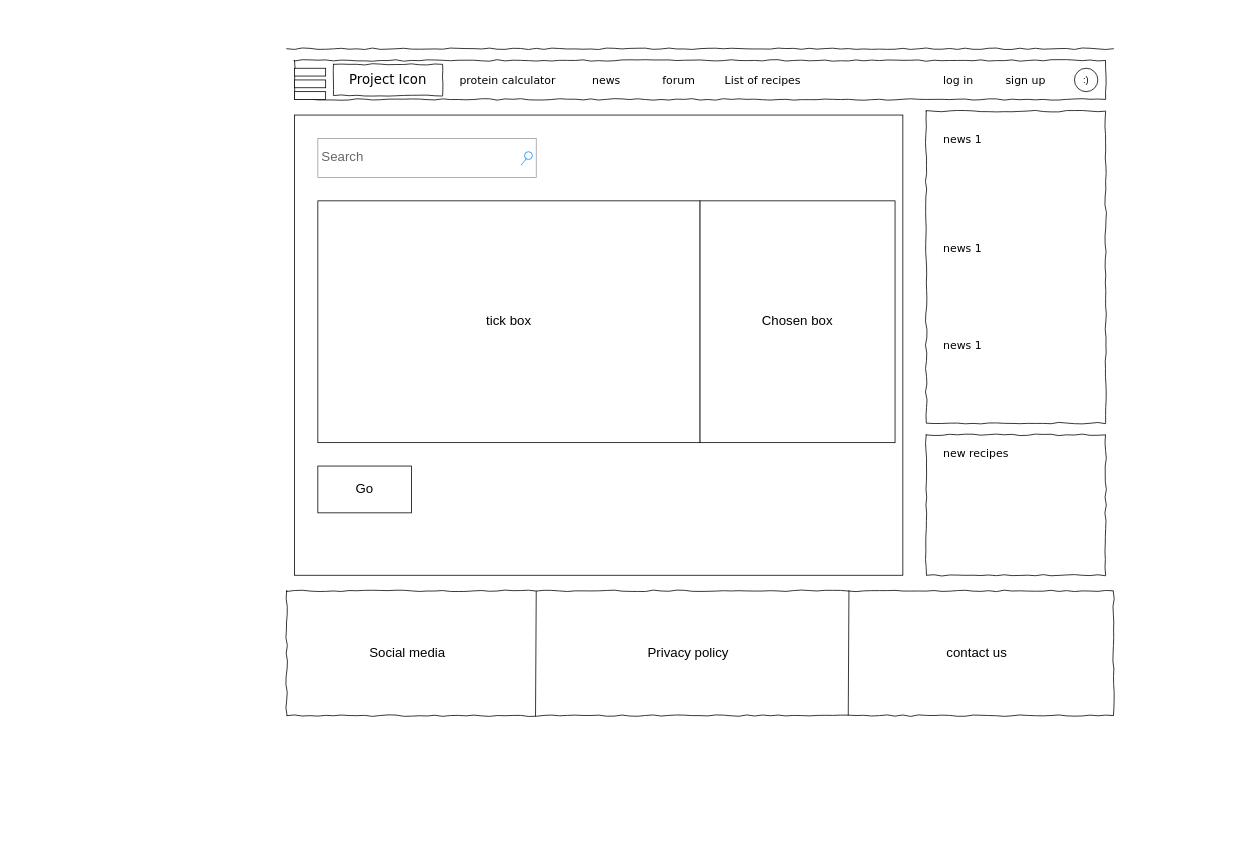
The draw.io diagram project/mock_files/drawio/index.drawio in momoclouq/IntroIT_Group23_assign3, before the edit. Source tidied: cells renumbered, new cells numbered last; positions are measured from the earlier drawing's top-left corner, leaving out a move shared by most shapes. Both pictures are drawn from the tidied source at 78%, with x=0, y=0 at pixel (286, 44).
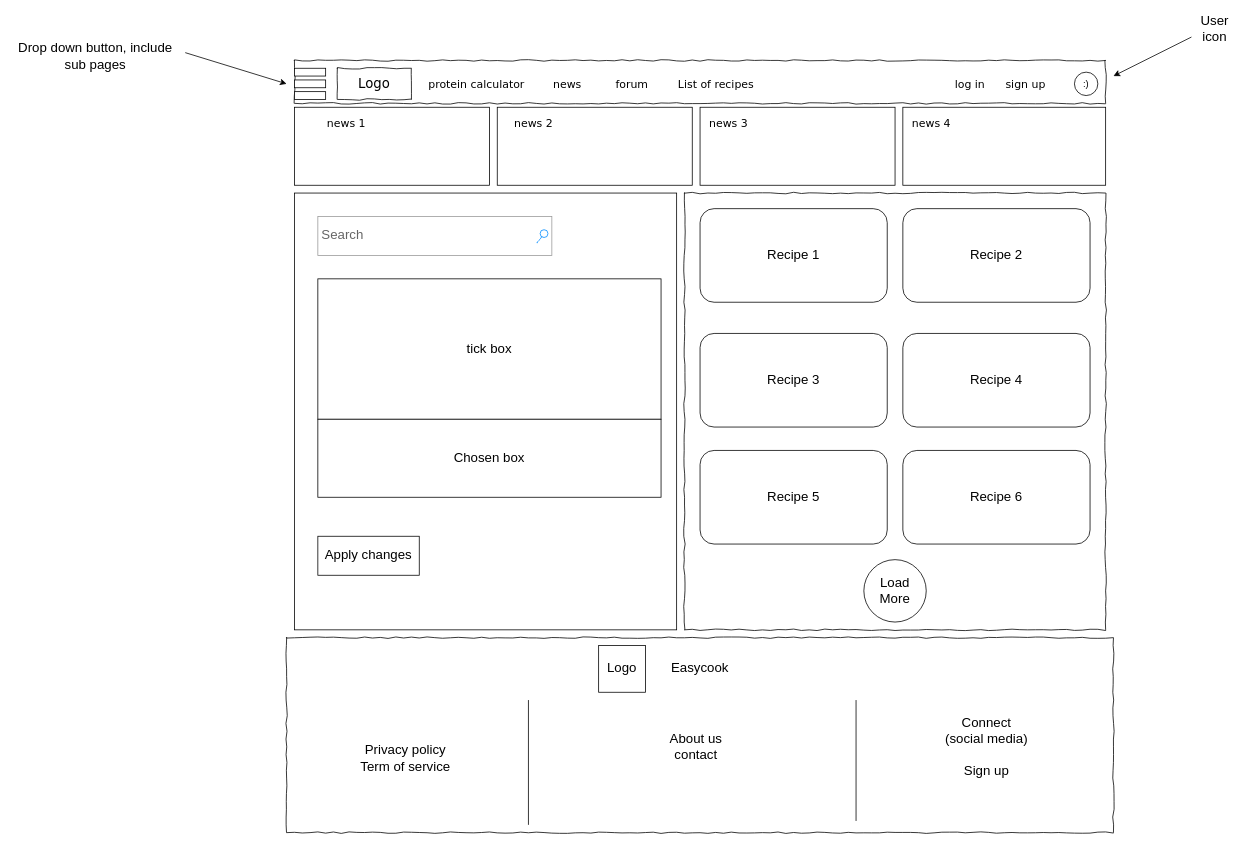
The same diagram, later.

Commit message (it also covers changes not shown here):
worked more on index layout, some tests on index.html

Change to the diagram source:
```diff
@@
+    <mxCell id="33" style="rounded=0;whiteSpace=wrap;html=1;fontSize=17;align=center;" parent="1" vertex="1">
+      <mxGeometry x="790" y="80" width="260" height="100" as="geometry" />
+    </mxCell>
+    <mxCell id="34" style="rounded=0;whiteSpace=wrap;html=1;fontSize=17;align=center;" parent="1" vertex="1">
+      <mxGeometry x="530" y="80" width="250" height="100" as="geometry" />
+    </mxCell>
+    <mxCell id="35" style="rounded=0;whiteSpace=wrap;html=1;fontSize=17;align=center;" parent="1" vertex="1">
+      <mxGeometry x="270" y="80" width="250" height="100" as="geometry" />
+    </mxCell>
+    <mxCell id="36" style="rounded=0;whiteSpace=wrap;html=1;fontSize=17;align=center;" parent="1" vertex="1">
+      <mxGeometry x="10" y="80" width="250" height="100" as="geometry" />
+    </mxCell>
     <mxCell id="2" style="whiteSpace=wrap;html=1;rounded=0;shadow=0;labelBackgroundColor=none;strokeColor=#000000;strokeWidth=1;fillColor=none;fontFamily=Verdana;fontSize=12;fontColor=#000000;align=center;comic=1;" parent="1" vertex="1">
-      <mxGeometry y="700" width="1060" height="160" as="geometry" />
+      <mxGeometry y="760" width="1060" height="250" as="geometry" />
     </mxCell>
     <mxCell id="3" style="rounded=0;whiteSpace=wrap;html=1;fontSize=17;" parent="1" vertex="1">
-      <mxGeometry x="10" y="90" width="780" height="590" as="geometry" />
+      <mxGeometry x="10" y="190" width="490" height="560" as="geometry" />
     </mxCell>
-    <mxCell id="4" value="Project Icon" style="whiteSpace=wrap;html=1;rounded=0;shadow=0;labelBackgroundColor=none;strokeWidth=1;fontFamily=Verdana;fontSize=17;align=center;comic=1;" parent="1" vertex="1">
-      <mxGeometry x="60" y="25" width="140" height="40" as="geometry" />
-    </mxCell>
     <mxCell id="5" value="Search" style="strokeWidth=1;shadow=0;dashed=0;align=center;html=1;shape=mxgraph.mockup.forms.searchBox;strokeColor=#999999;mainText=;strokeColor2=#008cff;fontColor=#666666;fontSize=17;align=left;spacingLeft=3;rounded=0;labelBackgroundColor=none;comic=1;" parent="1" vertex="1">
-      <mxGeometry x="40" y="120" width="280" height="50" as="geometry" />
+      <mxGeometry x="40" y="220" width="300" height="50" as="geometry" />
     </mxCell>
-    <mxCell id="6" style="line;strokeWidth=1;html=1;rounded=0;shadow=0;labelBackgroundColor=none;fillColor=none;fontFamily=Verdana;fontSize=14;fontColor=#000000;align=center;comic=1;" parent="1" vertex="1">
-      <mxGeometry width="1060" height="10" as="geometry" />
-    </mxCell>
     <mxCell id="7" style="whiteSpace=wrap;html=1;rounded=0;shadow=0;labelBackgroundColor=none;strokeWidth=1;fillColor=none;fontFamily=Verdana;fontSize=12;align=center;comic=1;" parent="1" vertex="1">
-      <mxGeometry x="10" y="20" width="1040" height="50" as="geometry" />
+      <mxGeometry x="10" y="20" width="1040" height="55" as="geometry" />
     </mxCell>
     <mxCell id="8" value="protein calculator" style="text;html=1;align=left;verticalAlign=top;spacingTop=-4;fontSize=14;fontFamily=Verdana;" parent="1" vertex="1">
-      <mxGeometry x="220" y="35" width="60" height="20" as="geometry" />
+      <mxGeometry x="180" y="40" width="60" height="20" as="geometry" />
     </mxCell>
     <mxCell id="9" value="news" style="text;html=1;align=left;verticalAlign=top;spacingTop=-4;fontSize=14;fontFamily=Verdana;" parent="1" vertex="1">
-      <mxGeometry x="390" y="35" width="60" height="20" as="geometry" />
+      <mxGeometry x="340" y="40" width="60" height="20" as="geometry" />
     </mxCell>
     <mxCell id="10" value="forum" style="text;html=1;align=left;verticalAlign=top;spacingTop=-4;fontSize=14;fontFamily=Verdana;" parent="1" vertex="1">
-      <mxGeometry x="480" y="35" width="60" height="20" as="geometry" />
+      <mxGeometry x="420" y="40" width="60" height="20" as="geometry" />
     </mxCell>
     <mxCell id="11" value="List of recipes" style="text;html=1;align=left;verticalAlign=top;spacingTop=-4;fontSize=14;fontFamily=Verdana;" parent="1" vertex="1">
-      <mxGeometry x="560" y="35" width="60" height="20" as="geometry" />
+      <mxGeometry x="500" y="40" width="60" height="20" as="geometry" />
     </mxCell>
     <mxCell id="12" style="whiteSpace=wrap;html=1;rounded=0;shadow=0;labelBackgroundColor=none;strokeWidth=1;fillColor=none;fontFamily=Verdana;fontSize=12;align=center;comic=1;" parent="1" vertex="1">
-      <mxGeometry x="820" y="85" width="230" height="400" as="geometry" />
+      <mxGeometry x="510" y="190" width="540" height="560" as="geometry" />
     </mxCell>
-    <mxCell id="13" style="whiteSpace=wrap;html=1;rounded=0;shadow=0;labelBackgroundColor=none;strokeWidth=1;fillColor=none;fontFamily=Verdana;fontSize=12;align=center;comic=1;" parent="1" vertex="1">
-      <mxGeometry x="820" y="500" width="230" height="180" as="geometry" />
-    </mxCell>
-    <mxCell id="14" value="new recipes" style="text;html=1;align=left;verticalAlign=top;spacingTop=-4;fontSize=14;fontFamily=Verdana;" parent="1" vertex="1">
-      <mxGeometry x="840" y="513" width="170" height="20" as="geometry" />
-    </mxCell>
     <mxCell id="15" value="news 1" style="text;html=1;align=left;verticalAlign=top;spacingTop=-4;fontSize=14;fontFamily=Verdana;" parent="1" vertex="1">
-      <mxGeometry x="840" y="110" width="170" height="20" as="geometry" />
+      <mxGeometry x="50" y="90" width="170" height="20" as="geometry" />
     </mxCell>
     <mxCell id="16" value="log in" style="text;html=1;align=left;verticalAlign=top;spacingTop=-4;fontSize=14;fontFamily=Verdana;" parent="1" vertex="1">
-      <mxGeometry x="840" y="35" width="60" height="20" as="geometry" />
+      <mxGeometry x="855" y="40" width="60" height="20" as="geometry" />
     </mxCell>
     <mxCell id="17" value="sign up" style="text;html=1;align=left;verticalAlign=top;spacingTop=-4;fontSize=14;fontFamily=Verdana;" parent="1" vertex="1">
-      <mxGeometry x="920" y="35" width="60" height="20" as="geometry" />
+      <mxGeometry x="920" y="40" width="60" height="20" as="geometry" />
     </mxCell>
     <mxCell id="18" value=":)" style="ellipse;whiteSpace=wrap;html=1;" parent="1" vertex="1">
-      <mxGeometry x="1010" y="30" width="30" height="30" as="geometry" />
+      <mxGeometry x="1010" y="35" width="30" height="30" as="geometry" />
     </mxCell>
-    <mxCell id="19" value="news 1" style="text;html=1;align=left;verticalAlign=top;spacingTop=-4;fontSize=14;fontFamily=Verdana;" parent="1" vertex="1">
-      <mxGeometry x="840" y="250" width="170" height="20" as="geometry" />
+    <mxCell id="19" value="news 2" style="text;html=1;align=left;verticalAlign=top;spacingTop=-4;fontSize=14;fontFamily=Verdana;" parent="1" vertex="1">
+      <mxGeometry x="290" y="90" width="170" height="20" as="geometry" />
     </mxCell>
-    <mxCell id="20" value="news 1" style="text;html=1;align=left;verticalAlign=top;spacingTop=-4;fontSize=14;fontFamily=Verdana;" parent="1" vertex="1">
-      <mxGeometry x="840" y="375" width="170" height="20" as="geometry" />
+    <mxCell id="20" value="news 3" style="text;html=1;align=left;verticalAlign=top;spacingTop=-4;fontSize=14;fontFamily=Verdana;" parent="1" vertex="1">
+      <mxGeometry x="540" y="90" width="170" height="20" as="geometry" />
     </mxCell>
@@
     <mxCell id="24" value="tick box" style="rounded=0;whiteSpace=wrap;html=1;fontSize=17;" parent="1" vertex="1">
-      <mxGeometry x="40" y="200" width="490" height="310" as="geometry" />
+      <mxGeometry x="40" y="300" width="440" height="180" as="geometry" />
     </mxCell>
-    <mxCell id="25" value="Go" style="rounded=0;whiteSpace=wrap;html=1;fontSize=17;" parent="1" vertex="1">
-      <mxGeometry x="40" y="540" width="120" height="60" as="geometry" />
+    <mxCell id="25" value="Apply changes" style="rounded=0;whiteSpace=wrap;html=1;fontSize=17;" parent="1" vertex="1">
+      <mxGeometry x="40" y="630" width="130" height="50" as="geometry" />
     </mxCell>
     <mxCell id="26" value="Chosen box" style="rounded=0;whiteSpace=wrap;html=1;fontSize=17;align=center;horizontal=1;labelPosition=center;verticalLabelPosition=middle;verticalAlign=middle;" parent="1" vertex="1">
-      <mxGeometry x="530" y="200" width="250" height="310" as="geometry" />
+      <mxGeometry x="40" y="480" width="440" height="100" as="geometry" />
     </mxCell>
-    <mxCell id="27" style="endArrow=none;html=1;fontSize=17;" parent="1" edge="1" source="2">
-      <mxGeometry relative="1" as="geometry">
-        <mxPoint x="310" y="700" as="targetPoint" />
-      </mxGeometry>
-    </mxCell>
-    <mxCell id="28" style="endArrow=none;html=1;fontSize=17;exitX=0.301;exitY=1.006;exitDx=0;exitDy=0;exitPerimeter=0;" parent="1" edge="1" source="2">
-      <mxGeometry relative="1" as="geometry">
-        <mxPoint x="320" y="700" as="targetPoint" />
-      </mxGeometry>
-    </mxCell>
-    <mxCell id="29" style="endArrow=none;html=1;fontSize=17;exitX=0.301;exitY=1.006;exitDx=0;exitDy=0;exitPerimeter=0;" parent="1" edge="1">
-      <mxGeometry relative="1" as="geometry">
-        <mxPoint x="720" y="860" as="sourcePoint" />
-        <mxPoint x="720.9" y="699" as="targetPoint" />
-      </mxGeometry>
-    </mxCell>
-    <mxCell id="30" value="Social media" style="text;html=1;strokeColor=none;fillColor=none;align=center;verticalAlign=middle;whiteSpace=wrap;rounded=0;fontSize=17;" parent="1" vertex="1">
-      <mxGeometry x="30" y="720" width="250" height="120" as="geometry" />
-    </mxCell>
-    <mxCell id="31" value="Privacy policy" style="text;html=1;strokeColor=none;fillColor=none;align=center;verticalAlign=middle;whiteSpace=wrap;rounded=0;fontSize=17;" parent="1" vertex="1">
-      <mxGeometry x="390" y="720" width="250" height="120" as="geometry" />
-    </mxCell>
-    <mxCell id="32" value="contact us" style="text;html=1;strokeColor=none;fillColor=none;align=center;verticalAlign=middle;whiteSpace=wrap;rounded=0;fontSize=17;" parent="1" vertex="1">
-      <mxGeometry x="760" y="720" width="250" height="120" as="geometry" />
-    </mxCell>
+    <mxCell id="37" value="news 4" style="text;html=1;align=left;verticalAlign=top;spacingTop=-4;fontSize=14;fontFamily=Verdana;" parent="1" vertex="1">
+      <mxGeometry x="800" y="90" width="170" height="20" as="geometry" />
+    </mxCell>
+    <mxCell id="4" value="Logo" style="whiteSpace=wrap;html=1;rounded=0;shadow=0;labelBackgroundColor=none;strokeWidth=1;fontFamily=Verdana;fontSize=17;align=center;comic=1;" parent="1" vertex="1">
+      <mxGeometry x="65" y="30" width="95" height="40" as="geometry" />
+    </mxCell>
+    <mxCell id="38" value="Recipe 1" style="rounded=1;whiteSpace=wrap;html=1;fontSize=17;align=center;" parent="1" vertex="1">
+      <mxGeometry x="530" y="210" width="240" height="120" as="geometry" />
+    </mxCell>
+    <mxCell id="39" value="Recipe 2" style="rounded=1;whiteSpace=wrap;html=1;fontSize=17;align=center;" parent="1" vertex="1">
+      <mxGeometry x="790" y="210" width="240" height="120" as="geometry" />
+    </mxCell>
+    <mxCell id="40" value="Recipe 3" style="rounded=1;whiteSpace=wrap;html=1;fontSize=17;align=center;" parent="1" vertex="1">
+      <mxGeometry x="530" y="370" width="240" height="120" as="geometry" />
+    </mxCell>
+    <mxCell id="41" value="Recipe 4" style="rounded=1;whiteSpace=wrap;html=1;fontSize=17;align=center;" parent="1" vertex="1">
+      <mxGeometry x="790" y="370" width="240" height="120" as="geometry" />
+    </mxCell>
+    <mxCell id="42" value="Recipe 5" style="rounded=1;whiteSpace=wrap;html=1;fontSize=17;align=center;" parent="1" vertex="1">
+      <mxGeometry x="530" y="520" width="240" height="120" as="geometry" />
+    </mxCell>
+    <mxCell id="43" value="Recipe 6" style="rounded=1;whiteSpace=wrap;html=1;fontSize=17;align=center;" parent="1" vertex="1">
+      <mxGeometry x="790" y="520" width="240" height="120" as="geometry" />
+    </mxCell>
+    <mxCell id="44" value="Load More" style="ellipse;whiteSpace=wrap;html=1;fontSize=17;align=center;" parent="1" vertex="1">
+      <mxGeometry x="740" y="660" width="80" height="80" as="geometry" />
+    </mxCell>
+    <mxCell id="45" style="endArrow=classic;html=1;fontSize=17;" parent="1" edge="1">
+      <mxGeometry relative="1" as="geometry">
+        <mxPoint x="1160" y="-10" as="sourcePoint" />
+        <mxPoint x="1060" y="40" as="targetPoint" />
+      </mxGeometry>
+    </mxCell>
+    <mxCell id="46" value="User icon" style="text;html=1;strokeColor=none;fillColor=none;align=center;verticalAlign=middle;whiteSpace=wrap;rounded=0;fontSize=17;" parent="1" vertex="1">
+      <mxGeometry x="1170" y="-30" width="40" height="20" as="geometry" />
+    </mxCell>
+    <mxCell id="47" value="Drop down button, include sub pages" style="text;html=1;strokeColor=none;fillColor=none;align=center;verticalAlign=middle;whiteSpace=wrap;rounded=0;fontSize=17;" parent="1" vertex="1">
+      <mxGeometry x="-350" y="-20" width="210" height="70" as="geometry" />
+    </mxCell>
+    <mxCell id="48" style="endArrow=classic;html=1;fontSize=17;" parent="1" edge="1">
+      <mxGeometry relative="1" as="geometry">
+        <mxPoint x="-130" y="10" as="sourcePoint" />
+        <mxPoint y="50" as="targetPoint" />
+      </mxGeometry>
+    </mxCell>
+    <mxCell id="49" value="Logo" style="whiteSpace=wrap;html=1;fontSize=17;align=center;" parent="1" vertex="1">
+      <mxGeometry x="400" y="770" width="60" height="60" as="geometry" />
+    </mxCell>
+    <mxCell id="50" value="Easycook" style="text;html=1;strokeColor=none;fillColor=none;align=center;verticalAlign=middle;whiteSpace=wrap;rounded=0;fontSize=17;" parent="1" vertex="1">
+      <mxGeometry x="440" y="785" width="180" height="30" as="geometry" />
+    </mxCell>
+    <mxCell id="51" style="endArrow=none;html=1;fontSize=17;" parent="1" edge="1">
+      <mxGeometry relative="1" as="geometry">
+        <mxPoint x="310" y="1000" as="sourcePoint" />
+        <mxPoint x="310" y="840" as="targetPoint" />
+      </mxGeometry>
+    </mxCell>
+    <mxCell id="52" style="endArrow=none;html=1;fontSize=17;" parent="1" edge="1">
+      <mxGeometry relative="1" as="geometry">
+        <mxPoint x="730" y="995" as="sourcePoint" />
+        <mxPoint x="730" y="840" as="targetPoint" />
+      </mxGeometry>
+    </mxCell>
+    <mxCell id="53" value="Connect&lt;br&gt;(social media)&lt;br&gt;&lt;br&gt;Sign up" style="text;html=1;strokeColor=none;fillColor=none;align=center;verticalAlign=middle;whiteSpace=wrap;rounded=0;fontSize=17;" parent="1" vertex="1">
+      <mxGeometry x="800" y="820" width="195" height="160" as="geometry" />
+    </mxCell>
+    <mxCell id="54" value="About us&lt;br&gt;contact&lt;br&gt;" style="text;html=1;strokeColor=none;fillColor=none;align=center;verticalAlign=middle;whiteSpace=wrap;rounded=0;fontSize=17;" parent="1" vertex="1">
+      <mxGeometry x="350" y="835" width="350" height="130" as="geometry" />
+    </mxCell>
+    <mxCell id="55" value="Privacy policy&lt;br&gt;Term of service" style="text;html=1;strokeColor=none;fillColor=none;align=center;verticalAlign=middle;whiteSpace=wrap;rounded=0;fontSize=17;" parent="1" vertex="1">
+      <mxGeometry x="65" y="860" width="175" height="110" as="geometry" />
+    </mxCell>
```
